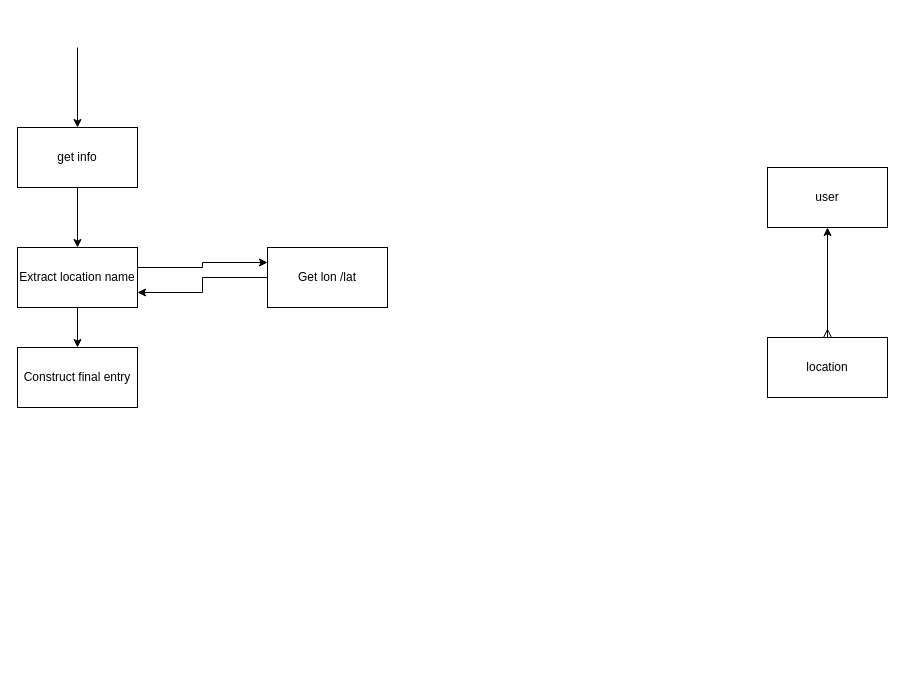
Before: locator_diagram.drawio in Charl1996/Locator-app, a draw.io diagram. Source tidied: cells renumbered, new cells numbered last; positions are measured from the earlier drawing's top-left corner, leaving out a move shared by most shapes. Both pictures are drawn from the tidied source at 100%, with x=0, y=0 at pixel (17, 47).
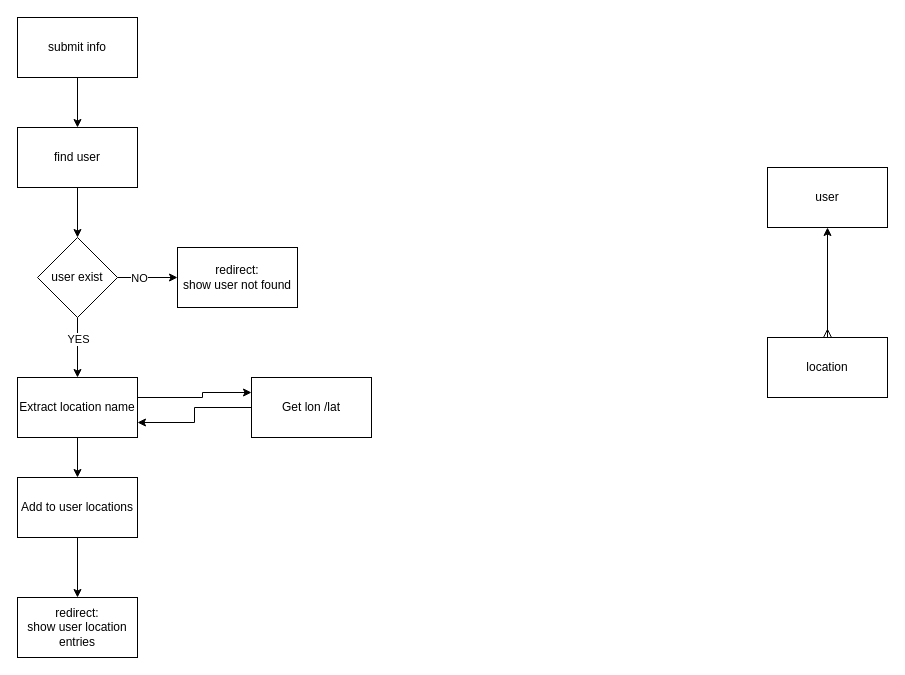
The same diagram, later.

Diff of the diagram source:
```diff
@@
-    <mxCell id="2" style="edgeStyle=orthogonalEdgeStyle;rounded=0;jettySize=auto;html=1;entryX=0.5;entryY=0;entryDx=0;entryDy=0;" parent="1" edge="1" source="3" target="7">
-      <mxGeometry relative="1" as="geometry" />
-    </mxCell>
-    <mxCell id="3" value="get info&lt;br&gt;" style="rounded=0;whiteSpace=wrap;html=1;" parent="1" vertex="1">
-      <mxGeometry y="80" width="120" height="60" as="geometry" />
-    </mxCell>
-    <mxCell id="4" style="endArrow=classic;html=1;entryX=0.5;entryY=0;entryDx=0;entryDy=0;" parent="1" edge="1" target="3">
+    <mxCell id="4" style="endArrow=classic;html=1;entryX=0.5;entryY=0;entryDx=0;entryDy=0;" parent="1" edge="1">
       <mxGeometry relative="1" as="geometry">
-        <mxPoint x="60" as="sourcePoint" />
+        <mxPoint x="60" y="10" as="sourcePoint" />
+        <mxPoint x="60" y="80" as="targetPoint" />
       </mxGeometry>
     </mxCell>
     <mxCell id="5" style="edgeStyle=orthogonalEdgeStyle;rounded=0;jettySize=auto;html=1;entryX=0;entryY=0.25;entryDx=0;entryDy=0;" parent="1" edge="1" source="7" target="10">
       <mxGeometry relative="1" as="geometry">
         <Array as="points">
-          <mxPoint x="185" y="220" />
-          <mxPoint x="185" y="215" />
+          <mxPoint x="185" y="350" />
+          <mxPoint x="185" y="345" />
         </Array>
       </mxGeometry>
     </mxCell>
@@
     <mxCell id="7" value="Extract location name" style="rounded=0;whiteSpace=wrap;html=1;" parent="1" vertex="1">
-      <mxGeometry y="200" width="120" height="60" as="geometry" />
+      <mxGeometry y="330" width="120" height="60" as="geometry" />
     </mxCell>
+    <mxCell id="14" style="edgeStyle=orthogonalEdgeStyle;rounded=0;jettySize=auto;html=1;entryX=0.5;entryY=0;entryDx=0;entryDy=0;startArrow=none;startFill=0;" parent="1" edge="1" source="8" target="24">
+      <mxGeometry relative="1" as="geometry" />
+    </mxCell>
-    <mxCell id="8" value="Construct final entry" style="rounded=0;whiteSpace=wrap;html=1;" parent="1" vertex="1">
-      <mxGeometry y="300" width="120" height="60" as="geometry" />
+    <mxCell id="8" value="Add to user locations" style="rounded=0;whiteSpace=wrap;html=1;" parent="1" vertex="1">
+      <mxGeometry y="430" width="120" height="60" as="geometry" />
     </mxCell>
@@
     <mxCell id="10" value="Get lon /lat" style="rounded=0;whiteSpace=wrap;html=1;" parent="1" vertex="1">
-      <mxGeometry x="250" y="200" width="120" height="60" as="geometry" />
+      <mxGeometry x="234" y="330" width="120" height="60" as="geometry" />
     </mxCell>
@@
+    <mxCell id="15" value="submit info" style="rounded=0;whiteSpace=wrap;html=1;" parent="1" vertex="1">
+      <mxGeometry y="-30" width="120" height="60" as="geometry" />
+    </mxCell>
+    <mxCell id="16" style="edgeStyle=orthogonalEdgeStyle;rounded=0;jettySize=auto;html=1;startArrow=none;startFill=0;" parent="1" edge="1" source="17" target="22">
+      <mxGeometry relative="1" as="geometry" />
+    </mxCell>
+    <mxCell id="17" value="find user" style="rounded=0;whiteSpace=wrap;html=1;" parent="1" vertex="1">
+      <mxGeometry y="80" width="120" height="60" as="geometry" />
+    </mxCell>
+    <mxCell id="18" style="edgeStyle=orthogonalEdgeStyle;rounded=0;jettySize=auto;html=1;entryX=0.5;entryY=0;entryDx=0;entryDy=0;startArrow=none;startFill=0;" parent="1" edge="1" source="22" target="7">
+      <mxGeometry relative="1" as="geometry" />
+    </mxCell>
+    <mxCell id="19" value="YES" style="edgeLabel;html=1;align=center;verticalAlign=middle;" parent="18" vertex="1">
+      <mxGeometry x="-0.29" relative="1" as="geometry" />
+    </mxCell>
+    <mxCell id="20" style="edgeStyle=orthogonalEdgeStyle;rounded=0;jettySize=auto;html=1;entryX=0;entryY=0.5;entryDx=0;entryDy=0;startArrow=none;startFill=0;" parent="1" edge="1" source="22" target="23">
+      <mxGeometry relative="1" as="geometry" />
+    </mxCell>
+    <mxCell id="21" value="NO" style="edgeLabel;html=1;align=center;verticalAlign=middle;" parent="20" vertex="1">
+      <mxGeometry x="-0.31" relative="1" as="geometry" />
+    </mxCell>
+    <mxCell id="22" value="user exist" style="rhombus;whiteSpace=wrap;html=1;" parent="1" vertex="1">
+      <mxGeometry x="20" y="190" width="80" height="80" as="geometry" />
+    </mxCell>
+    <mxCell id="23" value="redirect:&lt;br&gt;show user not found" style="rounded=0;whiteSpace=wrap;html=1;" parent="1" vertex="1">
+      <mxGeometry x="160" y="200" width="120" height="60" as="geometry" />
+    </mxCell>
+    <mxCell id="24" value="redirect:&lt;br&gt;show user location entries" style="rounded=0;whiteSpace=wrap;html=1;" parent="1" vertex="1">
+      <mxGeometry y="550" width="120" height="60" as="geometry" />
+    </mxCell>
```
